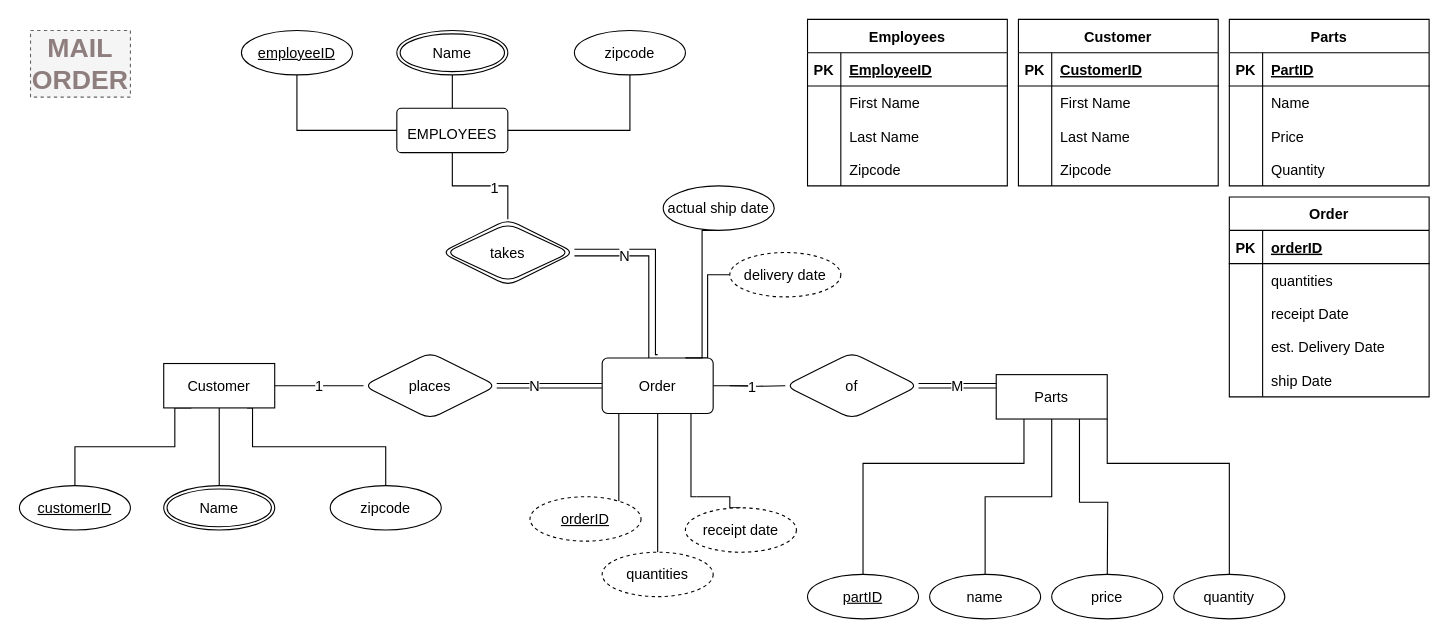
Earlier version of the draw.io diagram Untitled Diagram.drawio (Shoe-b/JetBrains-Easy). Source tidied: cells renumbered, new cells numbered last; positions are measured from the earlier drawing's top-left corner, leaving out a move shared by most shapes. Both pictures are drawn from the tidied source at 111%, with x=0, y=0 at pixel (19, 19).
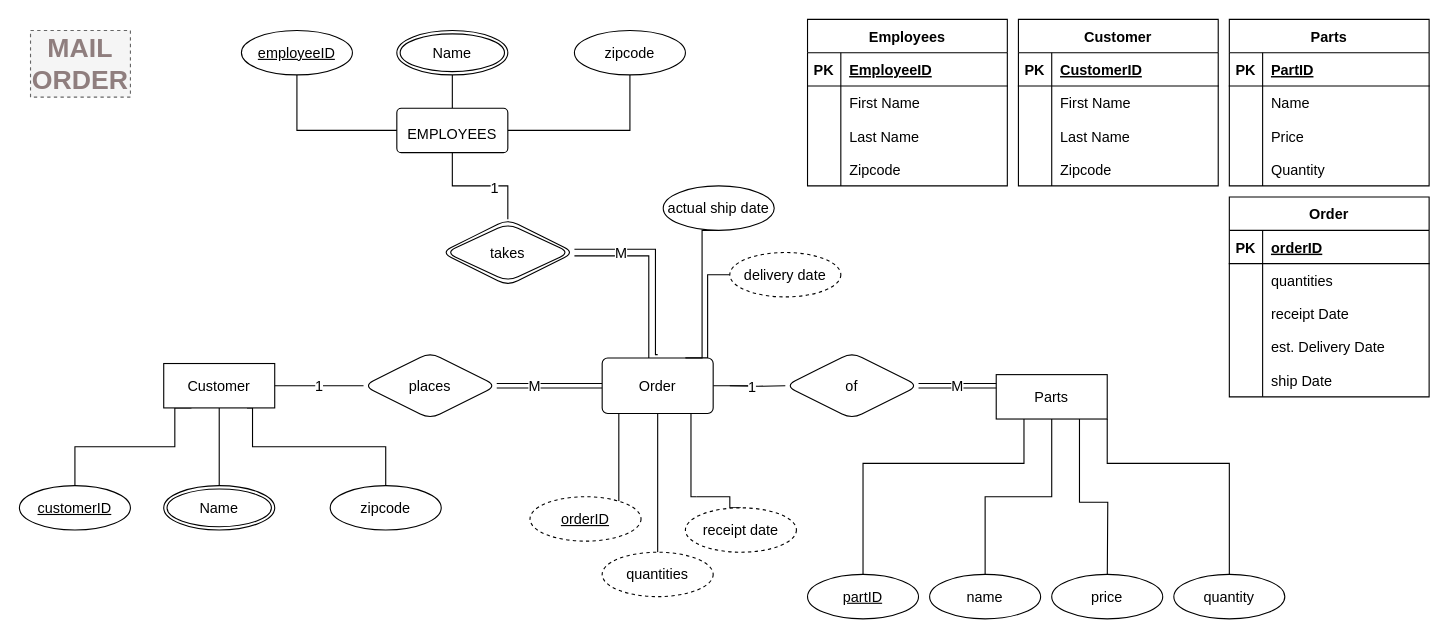
The same page after the edit.

Unchanged cells that the change refers to:
```xml
<mxCell id="69" style="edgeStyle=elbowEdgeStyle;shape=link;rounded=0;jumpStyle=arc;jettySize=auto;html=1;exitX=0.5;exitY=0;exitDx=0;exitDy=0;entryX=1;entryY=0.5;entryDx=0;entryDy=0;strokeColor=#000000;fontColor=#FFFFFF;startSize=1;endSize=1;sourcePerimeterSpacing=0;width=6;" parent="1" edge="1" source="76" target="86">
  <mxGeometry relative="1" as="geometry">
    <Array as="points">
      <mxPoint x="570" y="190" />
    </Array>
  </mxGeometry>
</mxCell>
<mxCell id="76" value="Order" style="rounded=1;arcSize=10;whiteSpace=wrap;html=1;align=center;fontSize=13;" parent="1" vertex="1">
  <mxGeometry x="525" y="305" width="100" height="50" as="geometry" />
</mxCell>
<mxCell id="91" value="places" style="shape=rhombus;perimeter=rhombusPerimeter;whiteSpace=wrap;html=1;align=center;rounded=1;strokeColor=default;fontFamily=Helvetica;fontSize=13;fontColor=default;fillColor=default;" parent="1" vertex="1">
  <mxGeometry x="310" y="300" width="120" height="60" as="geometry" />
</mxCell>
```

What changed in the source:
```diff
@@
-    <mxCell id="48" value="N" style="edgeStyle=orthogonalEdgeStyle;rounded=0;jettySize=auto;html=1;exitX=1;exitY=0.5;exitDx=0;exitDy=0;fontSize=13;endArrow=none;endFill=0;entryX=0;entryY=0.5;entryDx=0;entryDy=0;startArrow=none;shape=link;" parent="1" edge="1" source="91" target="76">
+    <mxCell id="48" value="M" style="edgeStyle=orthogonalEdgeStyle;rounded=0;jettySize=auto;html=1;exitX=1;exitY=0.5;exitDx=0;exitDy=0;fontSize=13;endArrow=none;endFill=0;entryX=0;entryY=0.5;entryDx=0;entryDy=0;startArrow=none;shape=link;" parent="1" edge="1" source="91" target="76">
       <mxGeometry x="-0.29" relative="1" as="geometry" />
     </mxCell>
@@
-    <mxCell id="70" value="N" style="edgeLabel;html=1;align=center;verticalAlign=middle;fontSize=13;fontFamily=Helvetica;fontColor=default;" parent="69" vertex="1">
-      <mxGeometry x="0.48" y="2" relative="1" as="geometry" />
-    </mxCell>
+    <mxCell id="108" value="M" style="edgeLabel;html=1;align=center;verticalAlign=middle;fontSize=13;fontFamily=Helvetica;fontColor=#000000;" parent="69" vertex="1">
+      <mxGeometry x="0.52" y="-1" relative="1" as="geometry" />
+    </mxCell>
```
